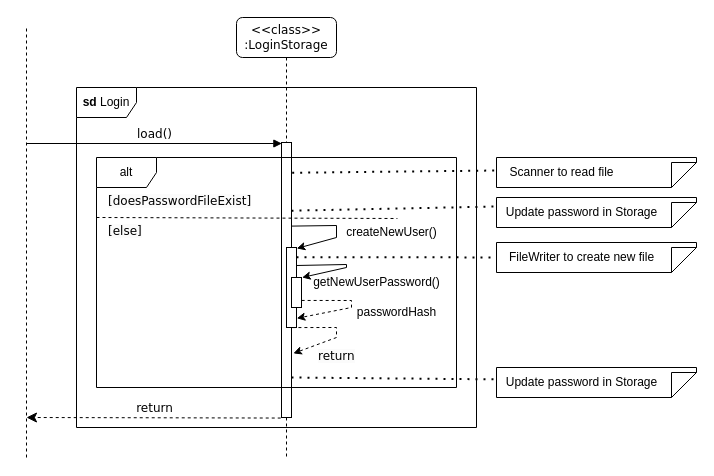
This is page "login-sd" (3 of 4) of docs/Diagrams/Storage/storage.drawio from wongwh2002/CS2113TeamProject, a draw.io file, before an edit. Source tidied: cells renumbered, new cells numbered last; positions are measured from the earlier drawing's top-left corner, leaving out a move shared by most shapes. Both pictures are drawn from the tidied source at 100%, with x=0, y=0 at pixel (26, 17).
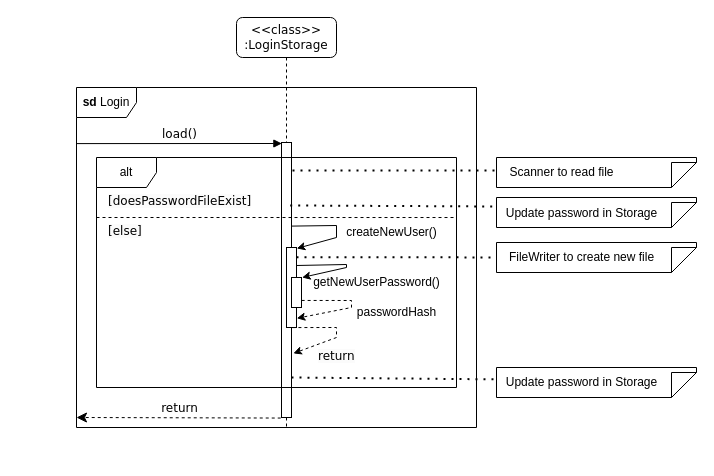
After the change.

Unchanged cells that the change refers to:
```xml
<mxCell id="3" style="html=1;points=[];perimeter=orthogonalPerimeter;rounded=0;shadow=0;comic=0;labelBackgroundColor=none;strokeWidth=1;fontFamily=Verdana;fontSize=12;align=center;" parent="2" vertex="1">
  <mxGeometry x="45" y="125" width="10" height="275" as="geometry" />
</mxCell>
<mxCell id="5" value="&lt;b&gt;sd&lt;/b&gt; Login" style="shape=umlFrame;whiteSpace=wrap;html=1;" parent="1" vertex="1">
  <mxGeometry x="50" y="70" width="400" height="340" as="geometry" />
</mxCell>
<mxCell id="7" value="alt" style="shape=umlFrame;whiteSpace=wrap;html=1;" parent="1" vertex="1">
  <mxGeometry x="70" y="140" width="360" height="230" as="geometry" />
</mxCell>
```

The edit, as a diff of the source:
```diff
@@
     <mxCell id="2" value="&amp;lt;&amp;lt;class&amp;gt;&amp;gt;&lt;br&gt;:LoginStorage" style="shape=umlLifeline;perimeter=lifelinePerimeter;whiteSpace=wrap;html=1;rounded=1;shadow=0;comic=0;labelBackgroundColor=none;strokeWidth=1;fontFamily=Verdana;fontSize=12;align=center;" parent="1" vertex="1">
-      <mxGeometry x="210" width="100" height="440" as="geometry" />
+      <mxGeometry x="210" width="100" height="410" as="geometry" />
     </mxCell>
@@
-    <mxCell id="4" value="load()" style="html=1;verticalAlign=bottom;endArrow=block;labelBackgroundColor=none;fontFamily=Verdana;fontSize=12;edgeStyle=elbowEdgeStyle;elbow=vertical;entryX=0.039;entryY=0.002;entryDx=0;entryDy=0;entryPerimeter=0;" parent="1" edge="1" target="3">
-      <mxGeometry relative="1" as="geometry">
-        <mxPoint y="126" as="sourcePoint" />
-      </mxGeometry>
+    <mxCell id="4" value="load()" style="html=1;verticalAlign=bottom;endArrow=block;labelBackgroundColor=none;fontFamily=Verdana;fontSize=12;edgeStyle=elbowEdgeStyle;elbow=vertical;entryX=0.039;entryY=0.002;entryDx=0;entryDy=0;entryPerimeter=0;exitX=-0.001;exitY=0.165;exitDx=0;exitDy=0;exitPerimeter=0;" parent="1" edge="1" source="5" target="3">
+      <mxGeometry relative="1" as="geometry" />
     </mxCell>
@@
     <mxCell id="6" value="return" style="html=1;verticalAlign=bottom;endArrow=classic;dashed=1;endSize=8;labelBackgroundColor=none;fontFamily=Verdana;fontSize=12;edgeStyle=elbowEdgeStyle;elbow=vertical;endFill=1;exitX=-0.078;exitY=1.002;exitDx=0;exitDy=0;exitPerimeter=0;" parent="1" edge="1" source="3">
       <mxGeometry relative="1" as="geometry">
-        <mxPoint y="400" as="targetPoint" />
+        <mxPoint x="50" y="400" as="targetPoint" />
       </mxGeometry>
     </mxCell>
@@
-    <mxCell id="9" style="endArrow=none;dashed=1;html=1;rounded=0;" parent="1" edge="1">
-      <mxGeometry relative="1" as="geometry">
-        <mxPoint y="440" as="sourcePoint" />
-        <mxPoint y="10" as="targetPoint" />
-      </mxGeometry>
-    </mxCell>
-    <mxCell id="10" style="endArrow=none;dashed=1;html=1;rounded=0;entryX=1.001;entryY=0.499;entryDx=0;entryDy=0;entryPerimeter=0;exitX=-0.002;exitY=0.495;exitDx=0;exitDy=0;exitPerimeter=0;" parent="1" edge="1">
+    <mxCell id="10" style="endArrow=none;dashed=1;html=1;rounded=0;entryX=0.998;entryY=0.261;entryDx=0;entryDy=0;entryPerimeter=0;exitX=-0.002;exitY=0.495;exitDx=0;exitDy=0;exitPerimeter=0;" parent="1" edge="1" target="7">
       <mxGeometry relative="1" as="geometry">
         <mxPoint x="70" y="200" as="sourcePoint" />
-        <mxPoint x="370.9" y="201" as="targetPoint" />
       </mxGeometry>
     </mxCell>
@@
-    <mxCell id="22" style="endArrow=none;dashed=1;html=1;dashPattern=1 3;strokeWidth=2;rounded=0;exitX=0.998;exitY=0.248;exitDx=0;exitDy=0;exitPerimeter=0;" parent="1" edge="1" source="3">
+    <mxCell id="22" style="endArrow=none;dashed=1;html=1;dashPattern=1 3;strokeWidth=2;rounded=0;exitX=0.871;exitY=0.229;exitDx=0;exitDy=0;exitPerimeter=0;" parent="1" edge="1" source="3">
       <mxGeometry relative="1" as="geometry">
         <mxPoint x="471" y="189" as="targetPoint" />
       </mxGeometry>
     </mxCell>
@@
-    <mxCell id="24" style="endArrow=none;dashed=1;html=1;dashPattern=1 3;strokeWidth=2;rounded=0;exitX=1.069;exitY=0.11;exitDx=0;exitDy=0;exitPerimeter=0;" parent="1" edge="1" source="3">
+    <mxCell id="24" style="endArrow=none;dashed=1;html=1;dashPattern=1 3;strokeWidth=2;rounded=0;" parent="1" edge="1">
       <mxGeometry relative="1" as="geometry">
+        <mxPoint x="266" y="153" as="sourcePoint" />
         <mxPoint x="470" y="153" as="targetPoint" />
       </mxGeometry>
     </mxCell>
@@
     <mxCell id="27" value="Update password in Storage" style="text;html=1;align=center;verticalAlign=middle;strokeColor=none;fillColor=none;" parent="1" vertex="1">
-      <mxGeometry x="470" y="180" width="170" height="30" as="geometry" />
+      <mxGeometry x="470" y="181" width="170" height="30" as="geometry" />
     </mxCell>
```
